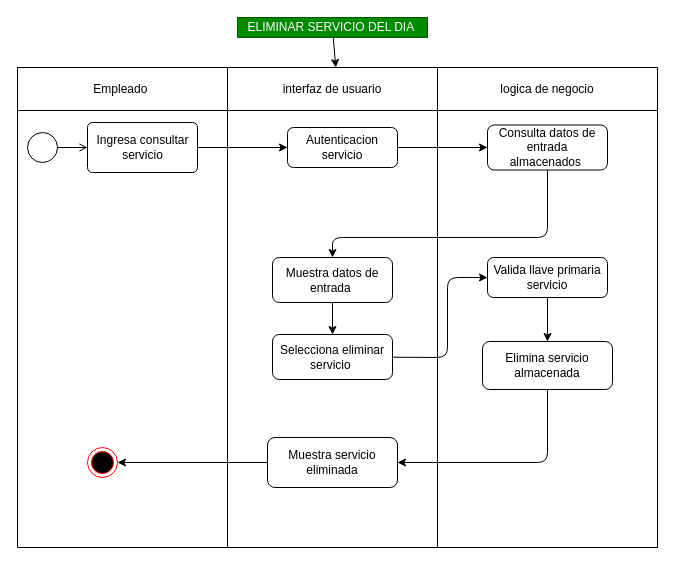
DavidArtavia/Activity_Diagram- keeps this draw.io diagram as Diagramas_Actividad/DAE.6.3.drawio. Above is the earlier version. Source tidied: cells renumbered, new cells numbered last; positions are measured from the earlier drawing's top-left corner, leaving out a move shared by most shapes. Both pictures are drawn from the tidied source at 100%, with x=0, y=0 at pixel (17, 17).
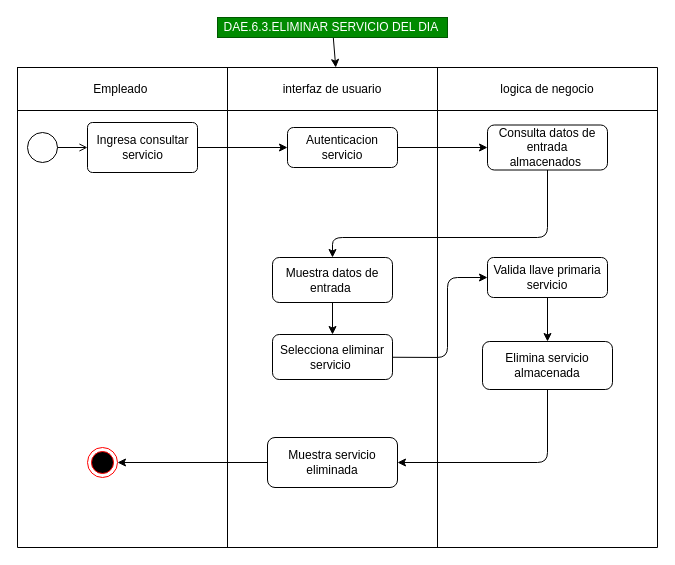
Above is the later version.

Diff of the diagram source:
```diff
@@
-    <mxCell id="19" value="ELIMINAR SERVICIO DEL DIA&amp;nbsp;" style="text;html=1;align=center;verticalAlign=middle;points=[];rounded=0;fillColor=#008a00;fontColor=#ffffff;strokeColor=#005700;" parent="1" vertex="1">
-      <mxGeometry x="220" width="190" height="20" as="geometry" />
+    <mxCell id="19" value="DAE.6.3.ELIMINAR SERVICIO DEL DIA&amp;nbsp;" style="text;html=1;align=center;verticalAlign=middle;points=[];rounded=0;fillColor=#008a00;fontColor=#ffffff;strokeColor=#005700;" parent="1" vertex="1">
+      <mxGeometry x="200" width="230" height="20" as="geometry" />
     </mxCell>
```
